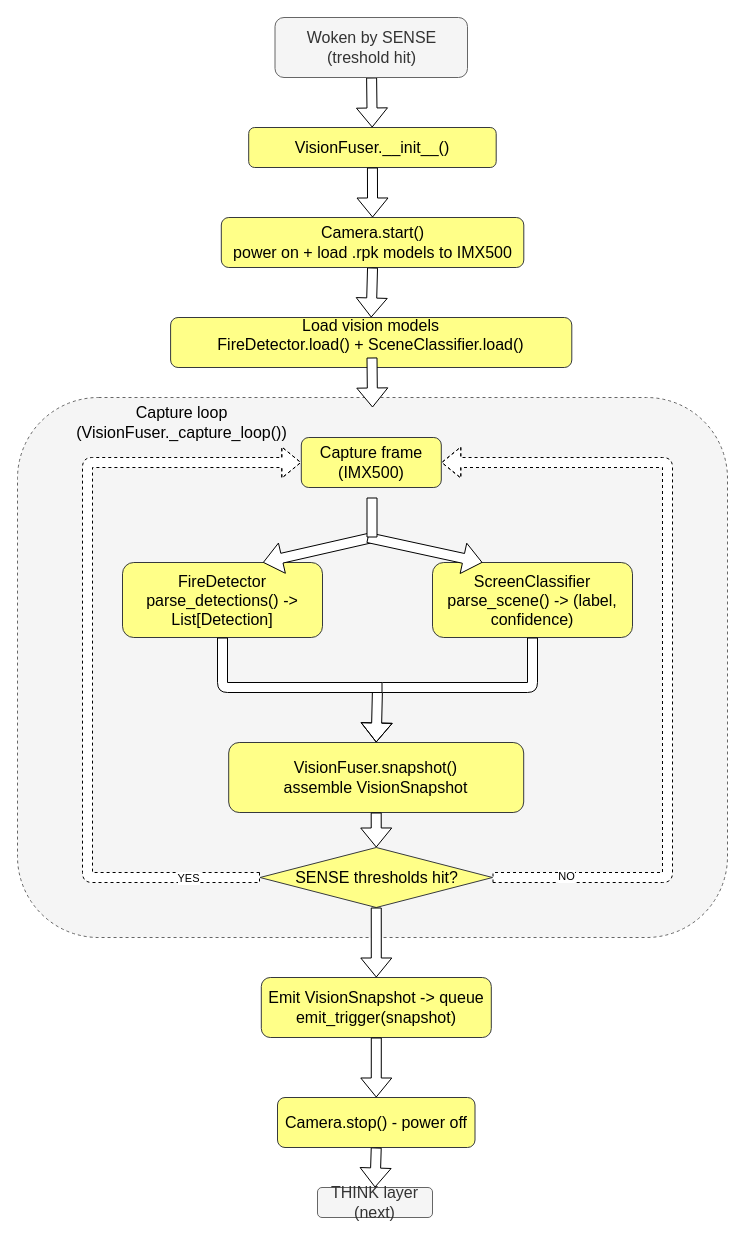
This is architecture/flowchart_see.drawio from maya-fakih/smart_fire_extinguisher, a draw.io file, before an edit. Source tidied: cells renumbered, new cells numbered last; positions are measured from the earlier drawing's top-left corner, leaving out a move shared by most shapes. Both pictures are drawn from the tidied source at 100%, with x=0, y=0 at pixel (17, 17).
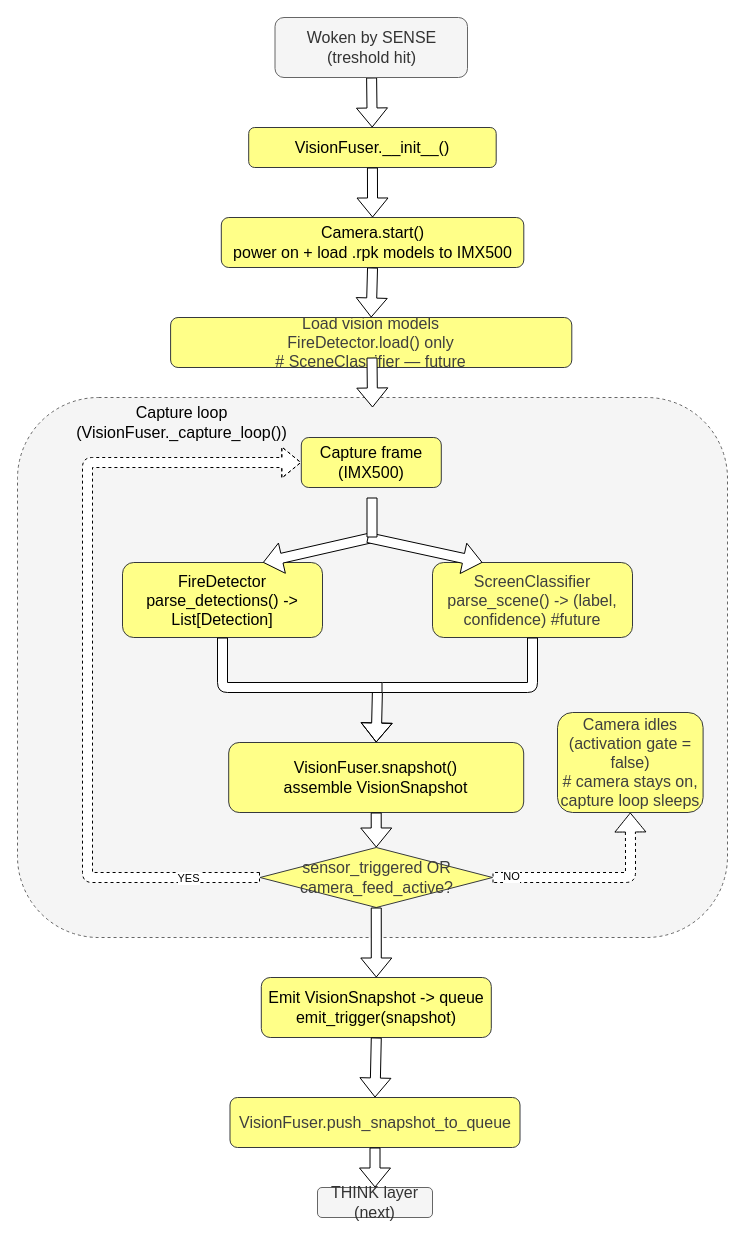
The same diagram, later.

The change refers to these unchanged cells:
```xml
<mxCell id="11" value="&lt;font style=&quot;font-size: 16px;&quot;&gt;Capture frame (IMX500)&lt;/font&gt;" style="rounded=1;whiteSpace=wrap;html=1;fillColor=#ffff88;strokeColor=#36393d;" parent="1" vertex="1">
  <mxGeometry x="283.8" y="420" width="140" height="50" as="geometry" />
</mxCell>
```

What changed in the source:
```diff
@@
-    <mxCell id="7" value="&lt;font style=&quot;font-size: 16px;&quot;&gt;Load vision models&lt;/font&gt;&lt;div&gt;&lt;font style=&quot;font-size: 16px;&quot; color=&quot;#000000&quot;&gt;FireDetector.load() + SceneClassifier.load()&lt;br&gt;&lt;/font&gt;&lt;div&gt;&lt;br&gt;&lt;/div&gt;&lt;/div&gt;" style="rounded=1;whiteSpace=wrap;html=1;fillColor=#ffff88;strokeColor=#36393d;" parent="1" vertex="1">
+    <mxCell id="7" value="&lt;div&gt;&lt;div&gt;&lt;font style=&quot;scrollbar-color: rgb(226, 226, 226) rgb(251, 251, 251); font-size: 16px; color: rgb(63, 63, 63);&quot;&gt;Load vision models&lt;/font&gt;&lt;div style=&quot;scrollbar-color: rgb(226, 226, 226) rgb(251, 251, 251); color: rgb(63, 63, 63);&quot;&gt;&lt;font style=&quot;scrollbar-color: rgb(226, 226, 226) rgb(251, 251, 251); font-size: 16px; color: rgb(63, 63, 63);&quot;&gt;FireDetector.load() only&lt;br style=&quot;scrollbar-color: rgb(226, 226, 226) rgb(251, 251, 251); color: rgb(63, 63, 63);&quot;&gt;# SceneClassifier — future&lt;/font&gt;&lt;/div&gt;&lt;/div&gt;&lt;/div&gt;" style="rounded=1;whiteSpace=wrap;html=1;fillColor=#ffff88;strokeColor=#36393d;" parent="1" vertex="1">
       <mxGeometry x="153.1" y="300" width="401.2" height="50" as="geometry" />
     </mxCell>
@@
-    <mxCell id="13" value="&lt;font style=&quot;font-size: 16px;&quot;&gt;ScreenClassifier&lt;/font&gt;&lt;div&gt;&lt;font style=&quot;font-size: 16px;&quot;&gt;parse_scene() -&amp;gt; (label, confidence)&lt;/font&gt;&lt;/div&gt;" style="rounded=1;whiteSpace=wrap;html=1;fillColor=#ffff88;strokeColor=#36393d;" parent="1" vertex="1">
+    <mxCell id="13" value="&lt;font style=&quot;color: rgb(63, 63, 63); scrollbar-color: rgb(226, 226, 226) rgb(251, 251, 251); font-size: 16px;&quot;&gt;ScreenClassifier&lt;/font&gt;&lt;div style=&quot;color: rgb(63, 63, 63); scrollbar-color: rgb(226, 226, 226) rgb(251, 251, 251);&quot;&gt;&lt;font style=&quot;color: rgb(63, 63, 63); scrollbar-color: rgb(226, 226, 226) rgb(251, 251, 251); font-size: 16px;&quot;&gt;parse_scene() -&amp;gt; (label, confidence) #future&lt;/font&gt;&lt;/div&gt;" style="rounded=1;whiteSpace=wrap;html=1;fillColor=#ffff88;strokeColor=#36393d;" parent="1" vertex="1">
       <mxGeometry x="415" y="545" width="200" height="75" as="geometry" />
     </mxCell>
@@
-    <mxCell id="20" value="&lt;font style=&quot;font-size: 16px;&quot;&gt;SENSE thresholds hit?&lt;/font&gt;" style="rhombus;whiteSpace=wrap;html=1;fillColor=#ffff88;strokeColor=#36393d;" parent="1" vertex="1">
+    <mxCell id="20" value="&lt;span style=&quot;color: rgb(63, 63, 63); font-size: 16px;&quot;&gt;sensor_triggered OR camera_feed_active?&lt;/span&gt;" style="rhombus;whiteSpace=wrap;html=1;fillColor=#ffff88;strokeColor=#36393d;" parent="1" vertex="1">
       <mxGeometry x="242.5" y="830" width="232.5" height="60" as="geometry" />
     </mxCell>
@@
-    <mxCell id="24" style="endArrow=classic;html=1;exitX=1;exitY=0.5;exitDx=0;exitDy=0;dashed=1;entryX=1;entryY=0.5;entryDx=0;entryDy=0;shape=flexArrow;fillColor=default;" parent="1" edge="1" source="20" target="11">
+    <mxCell id="24" style="endArrow=classic;html=1;exitX=1;exitY=0.5;exitDx=0;exitDy=0;dashed=1;entryX=0.5;entryY=1;entryDx=0;entryDy=0;shape=flexArrow;fillColor=default;" parent="1" edge="1" source="20" target="33">
       <mxGeometry relative="1" as="geometry">
         <Array as="points">
-          <mxPoint x="650" y="860" />
-          <mxPoint x="650" y="445" />
+          <mxPoint x="613" y="860" />
+          <mxPoint x="613" y="830" />
         </Array>
       </mxGeometry>
     </mxCell>
@@
-    <mxCell id="28" value="&lt;font style=&quot;font-size: 16px;&quot;&gt;Camera.stop() - power off&lt;/font&gt;" style="rounded=1;whiteSpace=wrap;html=1;fillColor=#ffff88;strokeColor=#36393d;" parent="1" vertex="1">
-      <mxGeometry x="260" y="1080" width="197.5" height="50" as="geometry" />
+    <mxCell id="28" value="&lt;span style=&quot;color: rgb(63, 63, 63); font-size: 16px;&quot;&gt;VisionFuser.push_snapshot_to_queue&lt;/span&gt;" style="rounded=1;whiteSpace=wrap;html=1;fillColor=#ffff88;strokeColor=#36393d;" parent="1" vertex="1">
+      <mxGeometry x="212.5" y="1080" width="290" height="50" as="geometry" />
     </mxCell>
@@
+    <mxCell id="33" value="&lt;span style=&quot;color: rgb(63, 63, 63); font-size: 16px;&quot;&gt;Camera idles (activation gate = false)&lt;/span&gt;&lt;br style=&quot;color: rgb(63, 63, 63); scrollbar-color: rgb(226, 226, 226) rgb(251, 251, 251); font-size: 16px;&quot;&gt;&lt;span style=&quot;color: rgb(63, 63, 63); font-size: 16px;&quot;&gt;# camera stays on, capture loop sleeps&lt;/span&gt;" style="rounded=1;whiteSpace=wrap;html=1;fillColor=#ffff88;strokeColor=#36393d;" parent="1" vertex="1">
+      <mxGeometry x="540" y="695" width="145.6" height="100" as="geometry" />
+    </mxCell>
```
